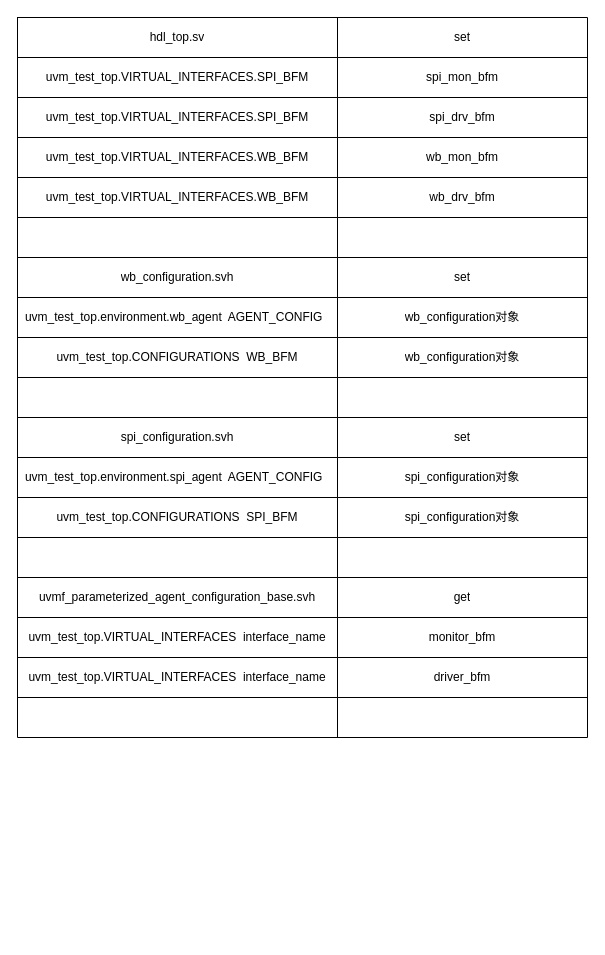
Earlier version of the draw.io diagram wb2spi/系统的config过程.drawio (ghr12345/firsttest). Source tidied: cells renumbered, new cells numbered last; positions are measured from the earlier drawing's top-left corner, leaving out a move shared by most shapes. Both pictures are drawn from the tidied source at 100%, with x=0, y=0 at pixel (17, 17).
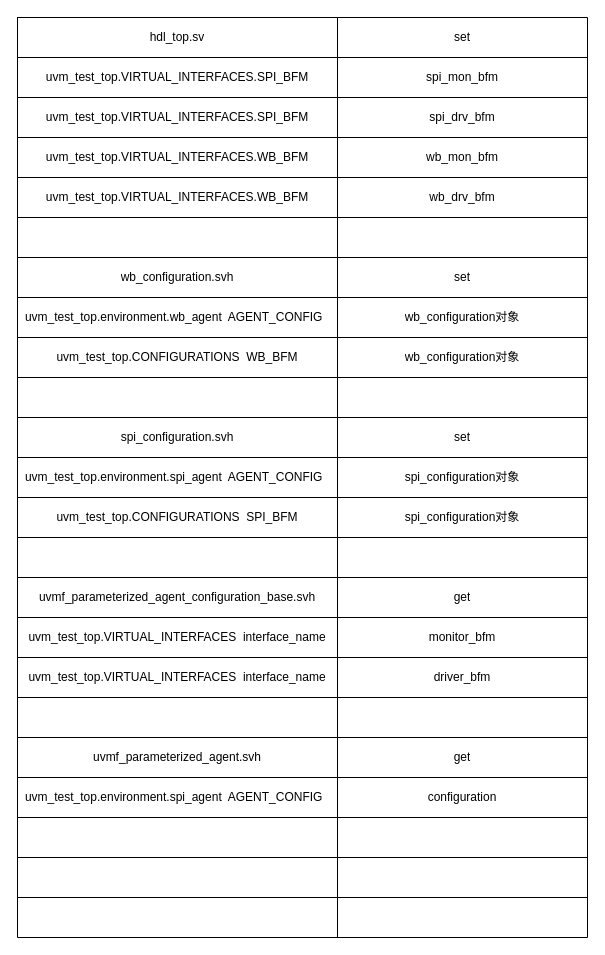
The same page after the edit.

Commit message:
更新系统的config过程.drawio

What changed in the source:
```diff
@@
     <mxCell id="2" style="shape=table;html=1;whiteSpace=wrap;startSize=0;childLayout=tableLayout;" parent="1" vertex="1">
-      <mxGeometry width="570" height="720" as="geometry" />
+      <mxGeometry width="570" height="920" as="geometry" />
     </mxCell>
@@
+    <mxCell id="77" style="shape=partialRectangle;html=1;whiteSpace=wrap;fillColor=none;top=0;left=0;bottom=0;right=0;" parent="2" vertex="1">
+      <mxGeometry y="720" width="570" height="40" as="geometry" />
+    </mxCell>
+    <mxCell id="78" value="uvmf_parameterized_agent.svh" style="shape=partialRectangle;html=1;whiteSpace=wrap;overflow=hidden;fillColor=none;top=0;left=0;bottom=0;right=0;" parent="77" vertex="1">
+      <mxGeometry width="320" height="40" as="geometry" />
+    </mxCell>
+    <mxCell id="79" value="get" style="shape=partialRectangle;html=1;whiteSpace=wrap;overflow=hidden;fillColor=none;top=0;left=0;bottom=0;right=0;" parent="77" vertex="1">
+      <mxGeometry x="320" width="250" height="40" as="geometry" />
+    </mxCell>
+    <mxCell id="80" style="shape=partialRectangle;html=1;whiteSpace=wrap;fillColor=none;top=0;left=0;bottom=0;right=0;" parent="2" vertex="1">
+      <mxGeometry y="760" width="570" height="40" as="geometry" />
+    </mxCell>
+    <mxCell id="81" value="&lt;span&gt;uvm_test_top.environment.spi_agent&amp;nbsp; AGENT_CONFIG&amp;nbsp;&amp;nbsp;&lt;/span&gt;" style="shape=partialRectangle;html=1;whiteSpace=wrap;overflow=hidden;fillColor=none;top=0;left=0;bottom=0;right=0;" parent="80" vertex="1">
+      <mxGeometry width="320" height="40" as="geometry" />
+    </mxCell>
+    <mxCell id="82" value="configuration" style="shape=partialRectangle;html=1;whiteSpace=wrap;overflow=hidden;fillColor=none;top=0;left=0;bottom=0;right=0;" parent="80" vertex="1">
+      <mxGeometry x="320" width="250" height="40" as="geometry" />
+    </mxCell>
+    <mxCell id="83" style="shape=partialRectangle;html=1;whiteSpace=wrap;fillColor=none;top=0;left=0;bottom=0;right=0;" parent="2" vertex="1">
+      <mxGeometry y="800" width="570" height="40" as="geometry" />
+    </mxCell>
+    <mxCell id="84" style="shape=partialRectangle;html=1;whiteSpace=wrap;overflow=hidden;fillColor=none;top=0;left=0;bottom=0;right=0;" parent="83" vertex="1">
+      <mxGeometry width="320" height="40" as="geometry" />
+    </mxCell>
+    <mxCell id="85" style="shape=partialRectangle;html=1;whiteSpace=wrap;overflow=hidden;fillColor=none;top=0;left=0;bottom=0;right=0;" parent="83" vertex="1">
+      <mxGeometry x="320" width="250" height="40" as="geometry" />
+    </mxCell>
+    <mxCell id="86" style="shape=partialRectangle;html=1;whiteSpace=wrap;fillColor=none;top=0;left=0;bottom=0;right=0;" parent="2" vertex="1">
+      <mxGeometry y="840" width="570" height="40" as="geometry" />
+    </mxCell>
+    <mxCell id="87" style="shape=partialRectangle;html=1;whiteSpace=wrap;overflow=hidden;fillColor=none;top=0;left=0;bottom=0;right=0;" parent="86" vertex="1">
+      <mxGeometry width="320" height="40" as="geometry" />
+    </mxCell>
+    <mxCell id="88" style="shape=partialRectangle;html=1;whiteSpace=wrap;overflow=hidden;fillColor=none;top=0;left=0;bottom=0;right=0;" parent="86" vertex="1">
+      <mxGeometry x="320" width="250" height="40" as="geometry" />
+    </mxCell>
+    <mxCell id="89" style="shape=partialRectangle;html=1;whiteSpace=wrap;fillColor=none;top=0;left=0;bottom=0;right=0;" parent="2" vertex="1">
+      <mxGeometry y="880" width="570" height="40" as="geometry" />
+    </mxCell>
+    <mxCell id="90" style="shape=partialRectangle;html=1;whiteSpace=wrap;overflow=hidden;fillColor=none;top=0;left=0;bottom=0;right=0;" parent="89" vertex="1">
+      <mxGeometry width="320" height="40" as="geometry" />
+    </mxCell>
+    <mxCell id="91" style="shape=partialRectangle;html=1;whiteSpace=wrap;overflow=hidden;fillColor=none;top=0;left=0;bottom=0;right=0;" parent="89" vertex="1">
+      <mxGeometry x="320" width="250" height="40" as="geometry" />
+    </mxCell>
```
